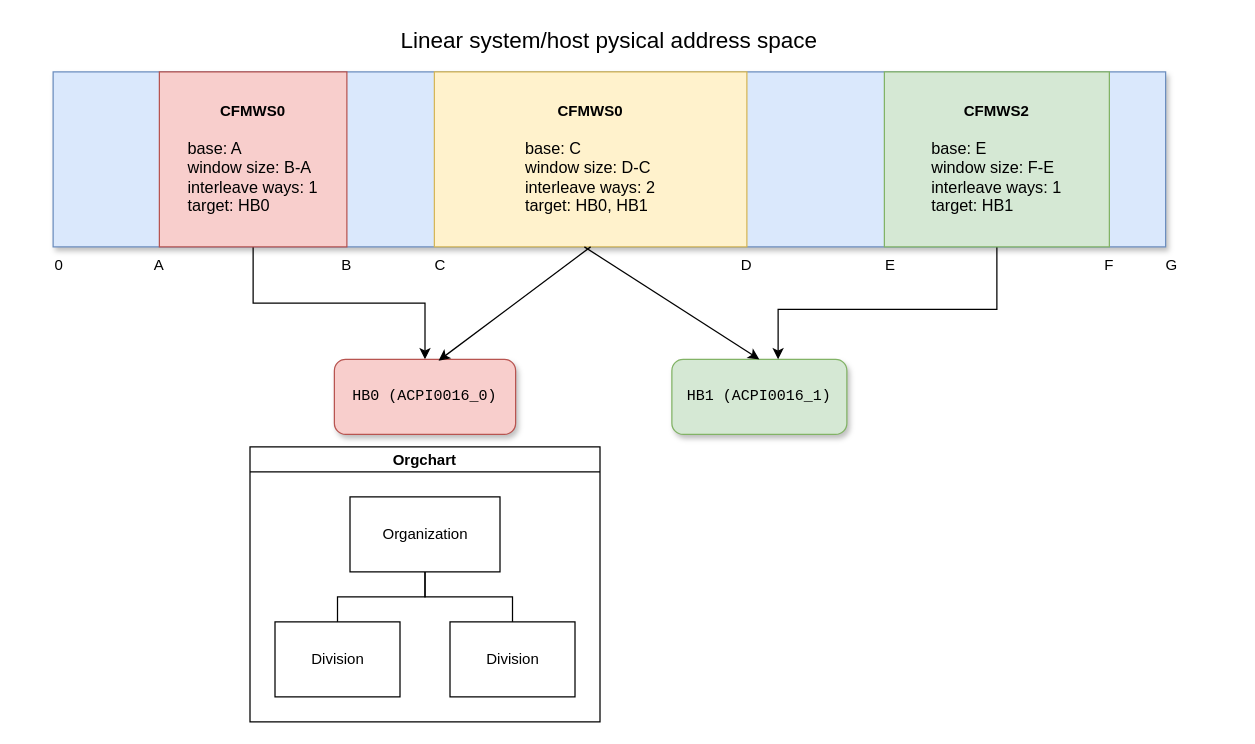
Before: Untitled Diagram.drawio in davidlohr/drawio-tests, a draw.io diagram. Source tidied: cells renumbered, new cells numbered last; positions are measured from the earlier drawing's top-left corner, leaving out a move shared by most shapes. Both pictures are drawn from the tidied source at 125%, with x=0, y=0 at pixel (21, 21).
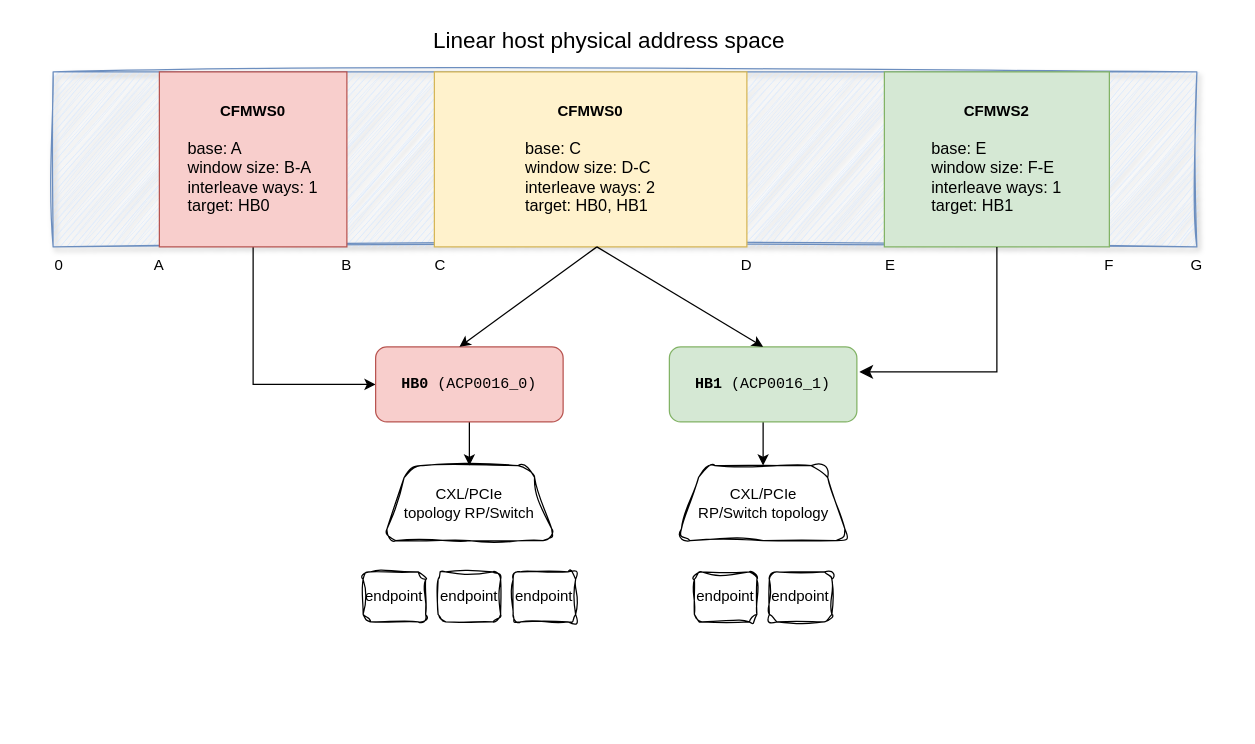
Above is the later version.

The change refers to these unchanged cells:
```xml
<mxCell id="4" value="&lt;b&gt;CFMWS0&lt;br&gt;&lt;/b&gt;&lt;br&gt;&lt;div style=&quot;text-align: left; font-size: 13px;&quot;&gt;&lt;span style=&quot;background-color: initial;&quot;&gt;&lt;font style=&quot;font-size: 13px;&quot;&gt;base: A&lt;/font&gt;&lt;/span&gt;&lt;/div&gt;&lt;div style=&quot;text-align: left; font-size: 13px;&quot;&gt;&lt;span style=&quot;background-color: initial;&quot;&gt;&lt;font style=&quot;font-size: 13px;&quot;&gt;window size: B-A&lt;/font&gt;&lt;/span&gt;&lt;/div&gt;&lt;div style=&quot;text-align: left; font-size: 13px;&quot;&gt;interleave ways: 1&lt;/div&gt;&lt;div style=&quot;text-align: left; font-size: 13px;&quot;&gt;&lt;span style=&quot;background-color: initial;&quot;&gt;target: HB0&lt;/span&gt;&lt;br&gt;&lt;/div&gt;" style="rounded=0;whiteSpace=wrap;html=1;fillColor=#f8cecc;strokeColor=#b85450;" parent="1" vertex="1">
  <mxGeometry x="110" y="40" width="150" height="140" as="geometry" />
</mxCell>
<mxCell id="17" value="&lt;b&gt;CFMWS2&lt;br&gt;&lt;/b&gt;&lt;br&gt;&lt;div style=&quot;text-align: left; font-size: 13px;&quot;&gt;&lt;span style=&quot;background-color: initial;&quot;&gt;&lt;font style=&quot;font-size: 13px;&quot;&gt;base: E&lt;/font&gt;&lt;/span&gt;&lt;/div&gt;&lt;div style=&quot;text-align: left; font-size: 13px;&quot;&gt;&lt;span style=&quot;background-color: initial;&quot;&gt;&lt;font style=&quot;font-size: 13px;&quot;&gt;window size: F-E&lt;/font&gt;&lt;/span&gt;&lt;/div&gt;&lt;div style=&quot;text-align: left; font-size: 13px;&quot;&gt;&lt;span style=&quot;background-color: initial;&quot;&gt;&lt;font style=&quot;font-size: 13px;&quot;&gt;interleave ways: 1&lt;/font&gt;&lt;/span&gt;&lt;/div&gt;&lt;div style=&quot;text-align: left; font-size: 13px;&quot;&gt;&lt;span style=&quot;background-color: initial;&quot;&gt;target: HB1&lt;/span&gt;&lt;br&gt;&lt;/div&gt;" style="rounded=0;whiteSpace=wrap;html=1;fillColor=#d5e8d4;strokeColor=#82b366;" parent="1" vertex="1">
  <mxGeometry x="690" y="40" width="180" height="140" as="geometry" />
</mxCell>
<mxCell id="18" value="&lt;b&gt;CFMWS0&lt;br&gt;&lt;/b&gt;&lt;br&gt;&lt;div style=&quot;text-align: left; font-size: 13px;&quot;&gt;&lt;span style=&quot;background-color: initial;&quot;&gt;&lt;font style=&quot;font-size: 13px;&quot;&gt;base: C&lt;/font&gt;&lt;/span&gt;&lt;/div&gt;&lt;div style=&quot;text-align: left; font-size: 13px;&quot;&gt;&lt;span style=&quot;background-color: initial;&quot;&gt;&lt;font style=&quot;font-size: 13px;&quot;&gt;window size: D-C&lt;/font&gt;&lt;/span&gt;&lt;/div&gt;&lt;div style=&quot;text-align: left; font-size: 13px;&quot;&gt;&lt;span style=&quot;background-color: initial;&quot;&gt;&lt;font style=&quot;font-size: 13px;&quot;&gt;interleave ways: 2&lt;/font&gt;&lt;/span&gt;&lt;/div&gt;&lt;div style=&quot;text-align: left; font-size: 13px;&quot;&gt;&lt;span style=&quot;background-color: initial;&quot;&gt;target: HB0, HB1&lt;/span&gt;&lt;br&gt;&lt;/div&gt;" style="rounded=0;whiteSpace=wrap;html=1;fillColor=#fff2cc;strokeColor=#d6b656;" parent="1" vertex="1">
  <mxGeometry x="330" y="40" width="250" height="140" as="geometry" />
</mxCell>
```

What changed in the source:
```diff
@@
-    <mxCell id="2" style="whiteSpace=wrap;html=1;rounded=0;shadow=1;labelBackgroundColor=none;strokeWidth=1;fontFamily=Verdana;fontSize=12;align=center;fillColor=#dae8fc;strokeColor=#6c8ebf;" parent="1" vertex="1">
-      <mxGeometry x="25" y="40" width="890" height="140" as="geometry" />
+    <mxCell id="2" style="whiteSpace=wrap;html=1;rounded=0;shadow=1;labelBackgroundColor=none;strokeWidth=1;fontFamily=Verdana;fontSize=12;align=center;fillColor=#dae8fc;strokeColor=#6c8ebf;sketch=1;curveFitting=1;jiggle=2;" parent="1" vertex="1">
+      <mxGeometry x="25" y="40" width="915" height="140" as="geometry" />
     </mxCell>
-    <mxCell id="3" style="edgeStyle=orthogonalEdgeStyle;rounded=0;jettySize=auto;html=1;exitX=0.5;exitY=1;exitDx=0;exitDy=0;entryX=0.5;entryY=0;entryDx=0;entryDy=0;" parent="1" edge="1" source="4" target="6">
-      <mxGeometry relative="1" as="geometry" />
-    </mxCell>
+    <mxCell id="27" style="edgeStyle=orthogonalEdgeStyle;rounded=0;jettySize=auto;html=1;exitX=0.5;exitY=1;exitDx=0;exitDy=0;entryX=0;entryY=0.5;entryDx=0;entryDy=0;" parent="1" edge="1" source="4" target="34">
+      <mxGeometry relative="1" as="geometry" />
+    </mxCell>
@@
-    <mxCell id="5" value="&lt;font style=&quot;font-size: 18px;&quot;&gt;Linear system/host pysical address space&lt;/font&gt;" style="text;html=1;strokeColor=none;fillColor=none;align=center;verticalAlign=middle;whiteSpace=wrap;rounded=0;" parent="1" vertex="1">
+    <mxCell id="5" value="&lt;font style=&quot;font-size: 18px;&quot;&gt;Linear host physical address space&lt;/font&gt;" style="text;html=1;strokeColor=none;fillColor=none;align=center;verticalAlign=middle;whiteSpace=wrap;rounded=0;" parent="1" vertex="1">
       <mxGeometry x="250" width="440" height="30" as="geometry" />
     </mxCell>
-    <mxCell id="6" value="&lt;pre&gt;HB0 (ACPI0016_0)&lt;/pre&gt;" style="rounded=1;whiteSpace=wrap;html=1;fillColor=#f8cecc;strokeColor=#b85450;glass=0;shadow=1;" parent="1" vertex="1">
-      <mxGeometry x="250" y="270" width="145" height="60" as="geometry" />
-    </mxCell>
-    <mxCell id="7" value="&lt;pre&gt;HB1 (ACPI0016_1)&lt;/pre&gt;" style="rounded=1;whiteSpace=wrap;html=1;fillColor=#d5e8d4;strokeColor=#82b366;shadow=1;" parent="1" vertex="1">
-      <mxGeometry x="520" y="270" width="140" height="60" as="geometry" />
-    </mxCell>
@@
     <mxCell id="15" value="G" style="text;strokeColor=none;align=center;fillColor=none;html=1;verticalAlign=middle;whiteSpace=wrap;rounded=0;" parent="1" vertex="1">
-      <mxGeometry x="890" y="180" width="60" height="30" as="geometry" />
+      <mxGeometry x="910" y="180" width="60" height="30" as="geometry" />
     </mxCell>
-    <mxCell id="16" style="edgeStyle=orthogonalEdgeStyle;rounded=0;jettySize=auto;html=1;" parent="1" edge="1" source="17" target="7">
-      <mxGeometry relative="1" as="geometry">
-        <Array as="points">
-          <mxPoint x="780" y="230" />
-          <mxPoint x="605" y="230" />
-        </Array>
-      </mxGeometry>
-    </mxCell>
@@
-    <mxCell id="19" style="endArrow=classic;html=1;rounded=0;exitX=0.5;exitY=1;exitDx=0;exitDy=0;entryX=0.575;entryY=0.017;entryDx=0;entryDy=0;entryPerimeter=0;" parent="1" edge="1" source="18" target="6">
-      <mxGeometry relative="1" as="geometry" />
-    </mxCell>
-    <mxCell id="20" style="endArrow=classic;html=1;rounded=0;entryX=0.5;entryY=0;entryDx=0;entryDy=0;" parent="1" edge="1" target="7">
-      <mxGeometry relative="1" as="geometry">
-        <mxPoint x="450" y="180" as="sourcePoint" />
-      </mxGeometry>
-    </mxCell>
-    <mxCell id="21" value="Orgchart" style="swimlane;startSize=20;horizontal=1;containerType=tree;newEdgeStyle={&quot;edgeStyle&quot;:&quot;elbowEdgeStyle&quot;,&quot;startArrow&quot;:&quot;none&quot;,&quot;endArrow&quot;:&quot;none&quot;};" parent="1" vertex="1">
-      <mxGeometry x="182.5" y="340" width="280" height="220" as="geometry" />
-    </mxCell>
-    <mxCell id="22" style="edgeStyle=elbowEdgeStyle;elbow=vertical;sourcePerimeterSpacing=0;targetPerimeterSpacing=0;startArrow=none;endArrow=none;rounded=0;curved=0;" parent="21" edge="1" source="24" target="25">
-      <mxGeometry relative="1" as="geometry" />
-    </mxCell>
-    <mxCell id="23" style="edgeStyle=elbowEdgeStyle;elbow=vertical;sourcePerimeterSpacing=0;targetPerimeterSpacing=0;startArrow=none;endArrow=none;rounded=0;curved=0;" parent="21" edge="1" source="24" target="26">
-      <mxGeometry relative="1" as="geometry" />
-    </mxCell>
-    <mxCell id="24" value="Organization" style="whiteSpace=wrap;html=1;align=center;newEdgeStyle={&quot;edgeStyle&quot;:&quot;elbowEdgeStyle&quot;,&quot;startArrow&quot;:&quot;none&quot;,&quot;endArrow&quot;:&quot;none&quot;};" parent="21" vertex="1">
-      <mxGeometry x="80" y="40" width="120" height="60" as="geometry" />
-    </mxCell>
-    <mxCell id="25" value="Division" style="whiteSpace=wrap;html=1;align=center;verticalAlign=middle;newEdgeStyle={&quot;edgeStyle&quot;:&quot;elbowEdgeStyle&quot;,&quot;startArrow&quot;:&quot;none&quot;,&quot;endArrow&quot;:&quot;none&quot;};" parent="21" vertex="1">
-      <mxGeometry x="20" y="140" width="100" height="60" as="geometry" />
-    </mxCell>
-    <mxCell id="26" value="Division" style="whiteSpace=wrap;html=1;align=center;verticalAlign=middle;newEdgeStyle={&quot;edgeStyle&quot;:&quot;elbowEdgeStyle&quot;,&quot;startArrow&quot;:&quot;none&quot;,&quot;endArrow&quot;:&quot;none&quot;};" parent="21" vertex="1">
-      <mxGeometry x="160" y="140" width="100" height="60" as="geometry" />
-    </mxCell>
+    <mxCell id="28" style="edgeStyle=orthogonalEdgeStyle;rounded=0;jettySize=auto;html=1;" parent="1" edge="1" source="29" target="30">
+      <mxGeometry relative="1" as="geometry" />
+    </mxCell>
+    <mxCell id="29" value="&lt;pre&gt;&lt;b&gt;HB1&lt;/b&gt; (ACP0016_1)&lt;/pre&gt;" style="rounded=1;whiteSpace=wrap;html=1;fillColor=#d5e8d4;strokeColor=#82b366;" parent="1" vertex="1">
+      <mxGeometry x="518" y="260" width="150" height="60" as="geometry" />
+    </mxCell>
+    <mxCell id="30" value="CXL/PCIe &lt;br&gt;RP/Switch topology" style="shape=trapezoid;perimeter=trapezoidPerimeter;whiteSpace=wrap;html=1;fixedSize=1;rounded=1;sketch=1;curveFitting=1;jiggle=2;" parent="1" vertex="1">
+      <mxGeometry x="524.5" y="355" width="137" height="60" as="geometry" />
+    </mxCell>
+    <mxCell id="31" value="endpoint" style="rounded=1;whiteSpace=wrap;html=1;sketch=1;curveFitting=1;jiggle=2;" parent="1" vertex="1">
+      <mxGeometry x="538" y="440" width="50" height="40" as="geometry" />
+    </mxCell>
+    <mxCell id="32" value="endpoint" style="rounded=1;whiteSpace=wrap;html=1;sketch=1;curveFitting=1;jiggle=2;" parent="1" vertex="1">
+      <mxGeometry x="598" y="440" width="50" height="40" as="geometry" />
+    </mxCell>
+    <mxCell id="33" style="edgeStyle=orthogonalEdgeStyle;rounded=0;jettySize=auto;html=1;" parent="1" edge="1" source="34" target="35">
+      <mxGeometry relative="1" as="geometry" />
+    </mxCell>
+    <mxCell id="34" value="&lt;pre&gt;&lt;b&gt;HB0&lt;/b&gt; (ACP0016_0)&lt;/pre&gt;" style="rounded=1;whiteSpace=wrap;html=1;fillColor=#f8cecc;strokeColor=#b85450;" parent="1" vertex="1">
+      <mxGeometry x="283" y="260" width="150" height="60" as="geometry" />
+    </mxCell>
+    <mxCell id="35" value="CXL/PCIe &lt;br&gt;topology RP/Switch" style="shape=trapezoid;perimeter=trapezoidPerimeter;whiteSpace=wrap;html=1;fixedSize=1;rounded=1;sketch=1;curveFitting=1;jiggle=2;" parent="1" vertex="1">
+      <mxGeometry x="289" y="355" width="138" height="60" as="geometry" />
+    </mxCell>
+    <mxCell id="36" value="endpoint" style="rounded=1;whiteSpace=wrap;html=1;sketch=1;curveFitting=1;jiggle=2;" parent="1" vertex="1">
+      <mxGeometry x="333" y="440" width="50" height="40" as="geometry" />
+    </mxCell>
+    <mxCell id="37" value="endpoint" style="rounded=1;whiteSpace=wrap;html=1;sketch=1;curveFitting=1;jiggle=2;" parent="1" vertex="1">
+      <mxGeometry x="393" y="440" width="50" height="40" as="geometry" />
+    </mxCell>
+    <mxCell id="38" value="endpoint" style="rounded=1;whiteSpace=wrap;html=1;sketch=1;curveFitting=1;jiggle=2;" parent="1" vertex="1">
+      <mxGeometry x="273" y="440" width="50" height="40" as="geometry" />
+    </mxCell>
+    <mxCell id="39" style="edgeStyle=segmentEdgeStyle;endArrow=classic;html=1;curved=0;rounded=0;endSize=8;startSize=8;exitX=0.5;exitY=1;exitDx=0;exitDy=0;" parent="1" edge="1" source="17">
+      <mxGeometry relative="1" as="geometry">
+        <mxPoint x="670" y="280" as="targetPoint" />
+        <Array as="points">
+          <mxPoint x="780" y="280" />
+        </Array>
+      </mxGeometry>
+    </mxCell>
+    <mxCell id="40" style="endArrow=classic;html=1;rounded=0;entryX=0.447;entryY=0;entryDx=0;entryDy=0;entryPerimeter=0;" parent="1" edge="1" target="34">
+      <mxGeometry relative="1" as="geometry">
+        <mxPoint x="460" y="180" as="sourcePoint" />
+      </mxGeometry>
+    </mxCell>
+    <mxCell id="41" style="endArrow=classic;html=1;rounded=0;entryX=0.5;entryY=0;entryDx=0;entryDy=0;" parent="1" edge="1" target="29">
+      <mxGeometry relative="1" as="geometry">
+        <mxPoint x="460" y="180" as="sourcePoint" />
+      </mxGeometry>
+    </mxCell>
```
